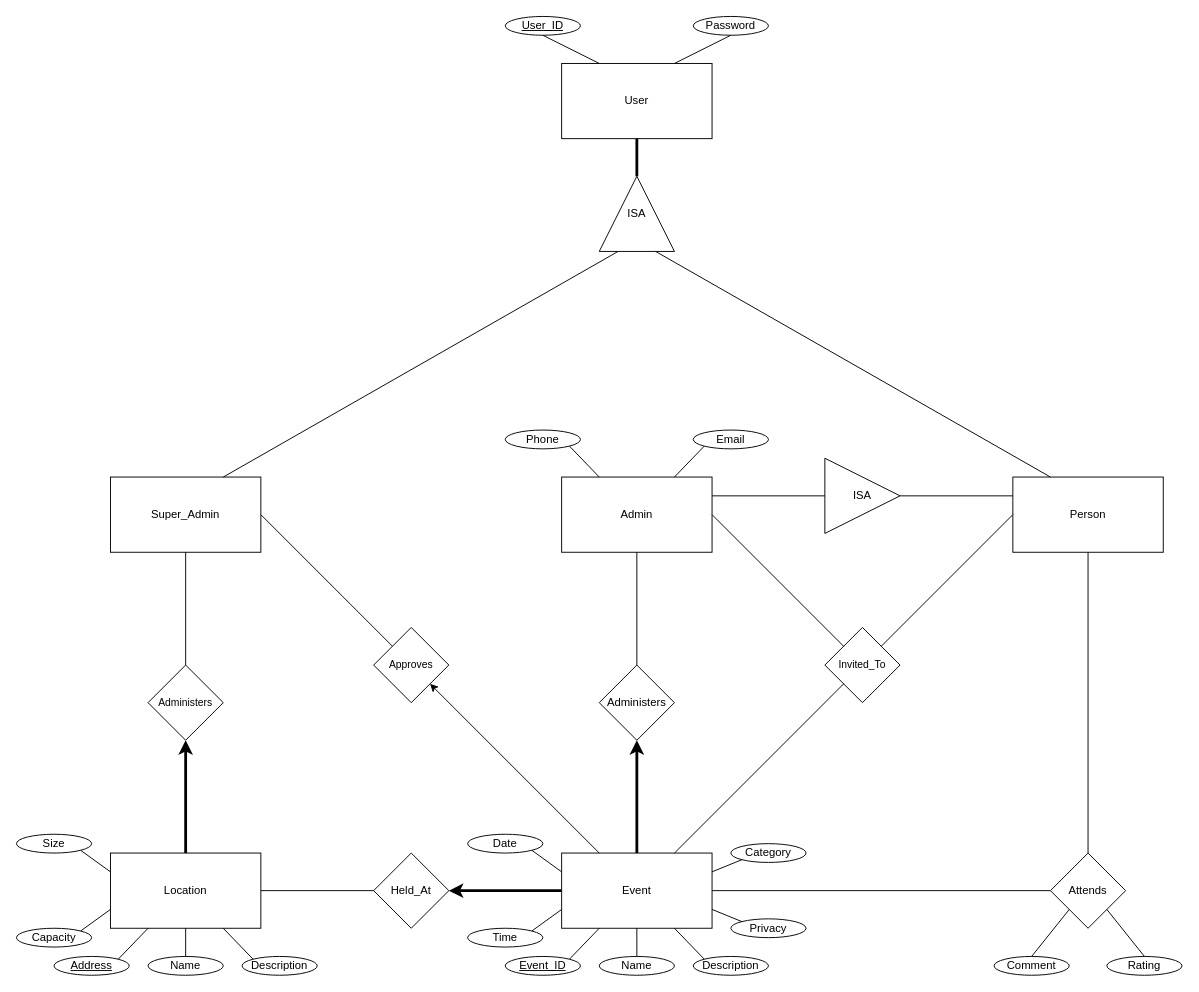
Earlier version of the draw.io diagram database_structure/GroupProject_ERD.drawio (COP4710-2020-Group4/GroupProject). Source tidied: cells renumbered, new cells numbered last; positions are measured from the earlier drawing's top-left corner, leaving out a move shared by most shapes. Both pictures are drawn from the tidied source at 94%, with x=0, y=0 at pixel (16, 16).
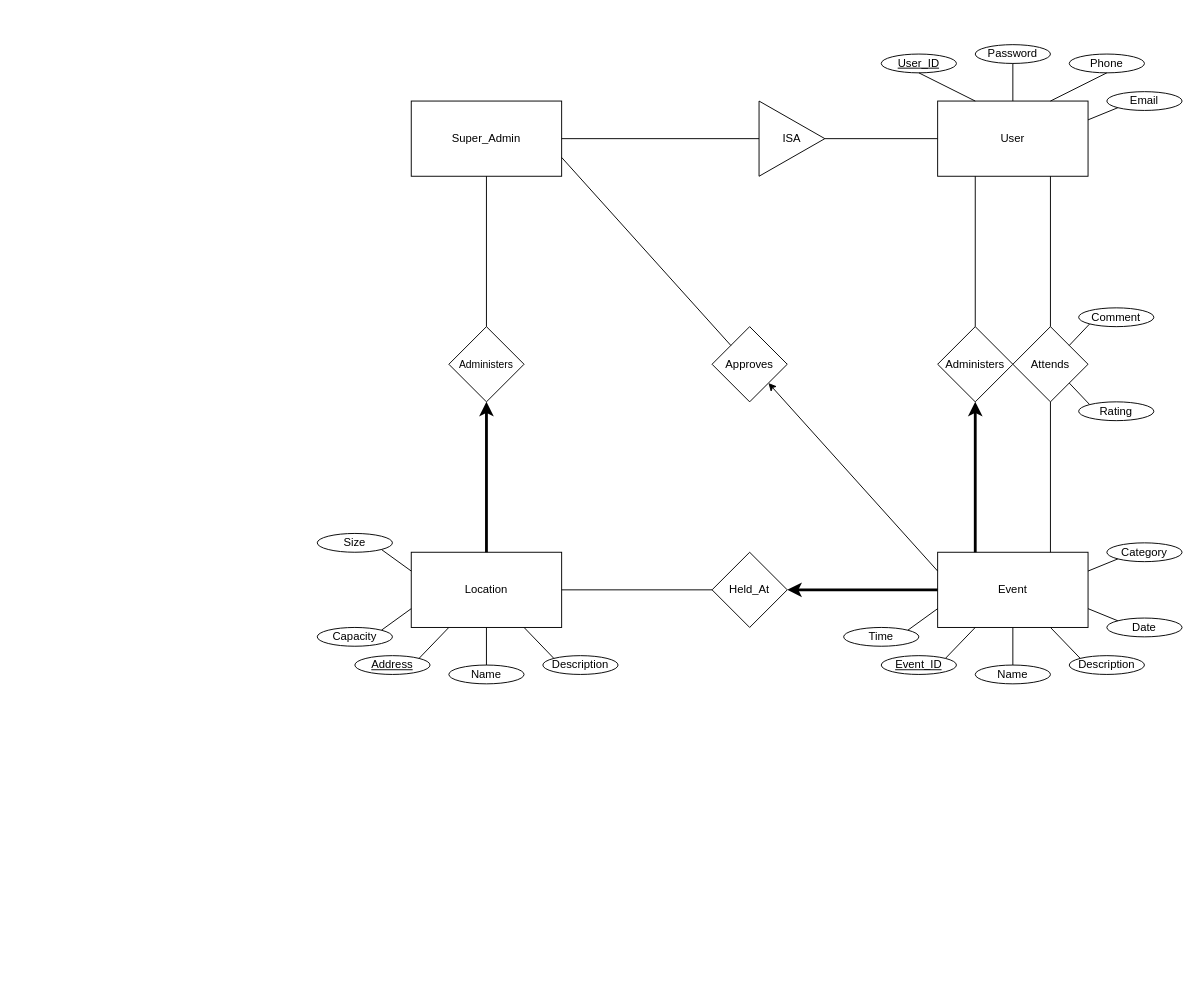
After the change.

Diff of the diagram source:
```diff
@@
     <mxCell id="2" value="Event" style="rounded=0;whiteSpace=wrap;html=1;" parent="1" vertex="1">
-      <mxGeometry x="580" y="890" width="160" height="80" as="geometry" />
+      <mxGeometry x="980" y="570" width="160" height="80" as="geometry" />
     </mxCell>
     <mxCell id="3" value="Location" style="rounded=0;whiteSpace=wrap;html=1;" parent="1" vertex="1">
-      <mxGeometry x="100" y="890" width="160" height="80" as="geometry" />
+      <mxGeometry x="420" y="570" width="160" height="80" as="geometry" />
     </mxCell>
-    <mxCell id="4" value="Admin" style="rounded=0;whiteSpace=wrap;html=1;" parent="1" vertex="1">
-      <mxGeometry x="580" y="490" width="160" height="80" as="geometry" />
-    </mxCell>
     <mxCell id="5" value="Super_Admin" style="rounded=0;whiteSpace=wrap;html=1;" parent="1" vertex="1">
-      <mxGeometry x="100" y="490" width="160" height="80" as="geometry" />
+      <mxGeometry x="420" y="90" width="160" height="80" as="geometry" />
     </mxCell>
-    <mxCell id="6" value="Person" style="rounded=0;whiteSpace=wrap;html=1;" parent="1" vertex="1">
-      <mxGeometry x="1060" y="490" width="160" height="80" as="geometry" />
-    </mxCell>
     <mxCell id="7" value="Held_At" style="rhombus;whiteSpace=wrap;html=1;" parent="1" vertex="1">
-      <mxGeometry x="380" y="890" width="80" height="80" as="geometry" />
+      <mxGeometry x="740" y="570" width="80" height="80" as="geometry" />
     </mxCell>
     <mxCell id="8" value="Administers" style="rhombus;whiteSpace=wrap;html=1;" parent="1" vertex="1">
-      <mxGeometry x="620" y="690" width="80" height="80" as="geometry" />
+      <mxGeometry x="980" y="330" width="80" height="80" as="geometry" />
     </mxCell>
     <mxCell id="9" value="Attends" style="rhombus;whiteSpace=wrap;html=1;" parent="1" vertex="1">
-      <mxGeometry x="1100" y="890" width="80" height="80" as="geometry" />
+      <mxGeometry x="1060" y="330" width="80" height="80" as="geometry" />
     </mxCell>
     <mxCell id="10" value="User" style="rounded=0;whiteSpace=wrap;html=1;" parent="1" vertex="1">
-      <mxGeometry x="580" y="50" width="160" height="80" as="geometry" />
+      <mxGeometry x="980" y="90" width="160" height="80" as="geometry" />
     </mxCell>
-    <mxCell id="11" value="ISA" style="triangle;whiteSpace=wrap;html=1;direction=north;" parent="1" vertex="1">
-      <mxGeometry x="620" y="170" width="80" height="80" as="geometry" />
-    </mxCell>
-    <mxCell id="12" style="endArrow=none;html=1;strokeWidth=3;entryX=0.5;entryY=1;entryDx=0;entryDy=0;exitX=1;exitY=0.5;exitDx=0;exitDy=0;" parent="1" edge="1" source="11" target="10">
-      <mxGeometry relative="1" as="geometry" />
-    </mxCell>
-    <mxCell id="13" style="endArrow=none;html=1;strokeWidth=1;entryX=0;entryY=0.25;entryDx=0;entryDy=0;exitX=0.75;exitY=0;exitDx=0;exitDy=0;" parent="1" edge="1" source="5" target="11">
-      <mxGeometry relative="1" as="geometry" />
-    </mxCell>
-    <mxCell id="14" style="endArrow=none;html=1;strokeWidth=1;entryX=0;entryY=0.75;entryDx=0;entryDy=0;exitX=0.25;exitY=0;exitDx=0;exitDy=0;" parent="1" edge="1" source="6" target="11">
-      <mxGeometry relative="1" as="geometry" />
-    </mxCell>
-    <mxCell id="15" style="endArrow=none;html=1;strokeWidth=1;entryX=0.5;entryY=0;entryDx=0;entryDy=0;exitX=0.5;exitY=1;exitDx=0;exitDy=0;startArrow=none;startFill=0;" parent="1" edge="1" source="4" target="8">
-      <mxGeometry relative="1" as="geometry" />
-    </mxCell>
-    <mxCell id="16" style="endArrow=classic;html=1;strokeWidth=3;entryX=0.5;entryY=1;entryDx=0;entryDy=0;exitX=0.5;exitY=0;exitDx=0;exitDy=0;endFill=1;startArrow=none;startFill=0;" parent="1" edge="1" source="2" target="8">
-      <mxGeometry relative="1" as="geometry" />
-    </mxCell>
-    <mxCell id="17" style="endArrow=none;html=1;strokeWidth=1;entryX=0.5;entryY=1;entryDx=0;entryDy=0;exitX=0.5;exitY=0;exitDx=0;exitDy=0;" parent="1" edge="1" source="9" target="6">
-      <mxGeometry relative="1" as="geometry" />
-    </mxCell>
-    <mxCell id="18" style="endArrow=none;html=1;strokeWidth=1;entryX=0;entryY=0.5;entryDx=0;entryDy=0;exitX=1;exitY=0.5;exitDx=0;exitDy=0;" parent="1" edge="1" source="2" target="9">
-      <mxGeometry relative="1" as="geometry" />
-    </mxCell>
@@
     <mxCell id="21" value="User_ID" style="ellipse;whiteSpace=wrap;html=1;fontStyle=4;" parent="1" vertex="1">
-      <mxGeometry x="520" width="80" height="20" as="geometry" />
+      <mxGeometry x="920" y="40" width="80" height="20" as="geometry" />
     </mxCell>
@@
     <mxCell id="23" value="Password" style="ellipse;whiteSpace=wrap;html=1;fontStyle=0;" parent="1" vertex="1">
-      <mxGeometry x="720" width="80" height="20" as="geometry" />
+      <mxGeometry x="1020" y="30" width="80" height="20" as="geometry" />
     </mxCell>
-    <mxCell id="24" style="endArrow=none;html=1;strokeWidth=1;fontSize=11;entryX=0.5;entryY=1;entryDx=0;entryDy=0;exitX=0.75;exitY=0;exitDx=0;exitDy=0;" parent="1" edge="1" source="10" target="23">
+    <mxCell id="24" style="endArrow=none;html=1;strokeWidth=1;fontSize=11;entryX=0.5;entryY=1;entryDx=0;entryDy=0;exitX=0.5;exitY=0;exitDx=0;exitDy=0;" parent="1" edge="1" source="10" target="23">
       <mxGeometry relative="1" as="geometry" />
     </mxCell>
     <mxCell id="25" value="Administers" style="rhombus;whiteSpace=wrap;html=1;fontSize=11;" parent="1" vertex="1">
-      <mxGeometry x="140" y="690" width="80" height="80" as="geometry" />
+      <mxGeometry x="460" y="330" width="80" height="80" as="geometry" />
     </mxCell>
@@
     <mxCell id="28" value="Rating" style="ellipse;whiteSpace=wrap;html=1;fontStyle=0;" parent="1" vertex="1">
-      <mxGeometry x="1160" y="1000" width="80" height="20" as="geometry" />
+      <mxGeometry x="1130" y="410" width="80" height="20" as="geometry" />
     </mxCell>
     <mxCell id="29" value="Comment" style="ellipse;whiteSpace=wrap;html=1;fontStyle=0;" parent="1" vertex="1">
-      <mxGeometry x="1040" y="1000" width="80" height="20" as="geometry" />
+      <mxGeometry x="1130" y="310" width="80" height="20" as="geometry" />
     </mxCell>
-    <mxCell id="30" style="endArrow=none;html=1;strokeWidth=1;fontSize=11;entryX=0.5;entryY=0;entryDx=0;entryDy=0;exitX=0;exitY=1;exitDx=0;exitDy=0;" parent="1" edge="1" source="9" target="29">
-      <mxGeometry relative="1" as="geometry" />
-    </mxCell>
-    <mxCell id="31" style="endArrow=none;html=1;strokeWidth=1;fontSize=11;entryX=1;entryY=1;entryDx=0;entryDy=0;exitX=0.5;exitY=0;exitDx=0;exitDy=0;" parent="1" edge="1" source="28" target="9">
-      <mxGeometry relative="1" as="geometry" />
-    </mxCell>
     <mxCell id="32" value="Event_ID" style="ellipse;whiteSpace=wrap;html=1;fontStyle=4;" parent="1" vertex="1">
-      <mxGeometry x="520" y="1000" width="80" height="20" as="geometry" />
+      <mxGeometry x="920" y="680" width="80" height="20" as="geometry" />
     </mxCell>
@@
     <mxCell id="34" value="Name" style="ellipse;whiteSpace=wrap;html=1;fontStyle=0;" parent="1" vertex="1">
-      <mxGeometry x="620" y="1000" width="80" height="20" as="geometry" />
+      <mxGeometry x="1020" y="690" width="80" height="20" as="geometry" />
     </mxCell>
@@
     <mxCell id="36" value="Phone" style="ellipse;whiteSpace=wrap;html=1;fontStyle=0;" parent="1" vertex="1">
-      <mxGeometry x="520" y="440" width="80" height="20" as="geometry" />
+      <mxGeometry x="1120" y="40" width="80" height="20" as="geometry" />
     </mxCell>
-    <mxCell id="37" style="endArrow=none;html=1;strokeWidth=1;fontSize=11;entryX=1;entryY=1;entryDx=0;entryDy=0;exitX=0.25;exitY=0;exitDx=0;exitDy=0;" parent="1" edge="1" source="4" target="36">
-      <mxGeometry relative="1" as="geometry" />
-    </mxCell>
     <mxCell id="38" value="Email" style="ellipse;whiteSpace=wrap;html=1;fontStyle=0;" parent="1" vertex="1">
-      <mxGeometry x="720" y="440" width="80" height="20" as="geometry" />
+      <mxGeometry x="1160" y="80" width="80" height="20" as="geometry" />
     </mxCell>
-    <mxCell id="39" style="endArrow=none;html=1;strokeWidth=1;fontSize=11;entryX=0;entryY=1;entryDx=0;entryDy=0;exitX=0.75;exitY=0;exitDx=0;exitDy=0;" parent="1" edge="1" source="4" target="38">
-      <mxGeometry relative="1" as="geometry" />
-    </mxCell>
     <mxCell id="40" value="Description" style="ellipse;whiteSpace=wrap;html=1;fontStyle=0;" parent="1" vertex="1">
-      <mxGeometry x="720" y="1000" width="80" height="20" as="geometry" />
+      <mxGeometry x="1120" y="680" width="80" height="20" as="geometry" />
     </mxCell>
@@
     <mxCell id="42" value="Time" style="ellipse;whiteSpace=wrap;html=1;fontStyle=0;" parent="1" vertex="1">
-      <mxGeometry x="480" y="970" width="80" height="20" as="geometry" />
+      <mxGeometry x="880" y="650" width="80" height="20" as="geometry" />
     </mxCell>
@@
     <mxCell id="44" value="Date" style="ellipse;whiteSpace=wrap;html=1;fontStyle=0;" parent="1" vertex="1">
-      <mxGeometry x="480" y="870" width="80" height="20" as="geometry" />
+      <mxGeometry x="1160" y="640" width="80" height="20" as="geometry" />
     </mxCell>
-    <mxCell id="45" style="endArrow=none;html=1;strokeWidth=1;fontSize=11;entryX=1;entryY=1;entryDx=0;entryDy=0;exitX=0;exitY=0.25;exitDx=0;exitDy=0;" parent="1" edge="1" source="2" target="44">
-      <mxGeometry relative="1" as="geometry" />
-    </mxCell>
     <mxCell id="46" value="Category" style="ellipse;whiteSpace=wrap;html=1;fontStyle=0;" parent="1" vertex="1">
-      <mxGeometry x="760" y="880" width="80" height="20" as="geometry" />
+      <mxGeometry x="1160" y="560" width="80" height="20" as="geometry" />
     </mxCell>
@@
-    <mxCell id="48" value="Privacy" style="ellipse;whiteSpace=wrap;html=1;fontStyle=0;" parent="1" vertex="1">
-      <mxGeometry x="760" y="960" width="80" height="20" as="geometry" />
-    </mxCell>
-    <mxCell id="49" style="endArrow=none;html=1;strokeWidth=1;fontSize=11;entryX=0;entryY=0;entryDx=0;entryDy=0;exitX=1;exitY=0.75;exitDx=0;exitDy=0;" parent="1" edge="1" source="2" target="48">
-      <mxGeometry relative="1" as="geometry" />
-    </mxCell>
-    <mxCell id="50" value="Approves" style="rhombus;whiteSpace=wrap;html=1;fontSize=11;" parent="1" vertex="1">
-      <mxGeometry x="380" y="650" width="80" height="80" as="geometry" />
-    </mxCell>
-    <mxCell id="51" style="endArrow=none;html=1;strokeWidth=1;fontSize=11;entryX=1;entryY=0.5;entryDx=0;entryDy=0;exitX=0;exitY=0;exitDx=0;exitDy=0;" parent="1" edge="1" source="50" target="5">
-      <mxGeometry relative="1" as="geometry" />
-    </mxCell>
-    <mxCell id="52" style="endArrow=classic;html=1;strokeWidth=1;fontSize=11;entryX=1;entryY=1;entryDx=0;entryDy=0;exitX=0.25;exitY=0;exitDx=0;exitDy=0;startArrow=none;startFill=0;endFill=1;" parent="1" edge="1" source="2" target="50">
-      <mxGeometry relative="1" as="geometry" />
-    </mxCell>
-    <mxCell id="53" value="Invited_To" style="rhombus;whiteSpace=wrap;html=1;fontSize=11;" parent="1" vertex="1">
-      <mxGeometry x="860" y="650" width="80" height="80" as="geometry" />
-    </mxCell>
-    <mxCell id="54" style="endArrow=none;html=1;strokeWidth=1;fontSize=11;entryX=1;entryY=0.5;entryDx=0;entryDy=0;exitX=0;exitY=0;exitDx=0;exitDy=0;" parent="1" edge="1" source="53" target="4">
-      <mxGeometry relative="1" as="geometry" />
-    </mxCell>
-    <mxCell id="55" style="endArrow=none;html=1;strokeWidth=1;fontSize=11;entryX=0;entryY=0.5;entryDx=0;entryDy=0;exitX=1;exitY=0;exitDx=0;exitDy=0;" parent="1" edge="1" source="53" target="6">
-      <mxGeometry relative="1" as="geometry" />
-    </mxCell>
-    <mxCell id="56" style="endArrow=none;html=1;strokeWidth=1;fontSize=11;entryX=0;entryY=1;entryDx=0;entryDy=0;exitX=0.75;exitY=0;exitDx=0;exitDy=0;" parent="1" edge="1" source="2" target="53">
-      <mxGeometry relative="1" as="geometry" />
-    </mxCell>
     <mxCell id="57" value="Name" style="ellipse;whiteSpace=wrap;html=1;fontStyle=0;" parent="1" vertex="1">
-      <mxGeometry x="140" y="1000" width="80" height="20" as="geometry" />
+      <mxGeometry x="460" y="690" width="80" height="20" as="geometry" />
     </mxCell>
@@
     <mxCell id="59" value="Address" style="ellipse;whiteSpace=wrap;html=1;fontStyle=4;" parent="1" vertex="1">
-      <mxGeometry x="40" y="1000" width="80" height="20" as="geometry" />
+      <mxGeometry x="360" y="680" width="80" height="20" as="geometry" />
     </mxCell>
@@
     <mxCell id="61" value="Description" style="ellipse;whiteSpace=wrap;html=1;fontStyle=0;" parent="1" vertex="1">
-      <mxGeometry x="240" y="1000" width="80" height="20" as="geometry" />
+      <mxGeometry x="560" y="680" width="80" height="20" as="geometry" />
     </mxCell>
@@
     <mxCell id="63" value="Capacity" style="ellipse;whiteSpace=wrap;html=1;fontStyle=0;" parent="1" vertex="1">
-      <mxGeometry y="970" width="80" height="20" as="geometry" />
+      <mxGeometry x="320" y="650" width="80" height="20" as="geometry" />
     </mxCell>
@@
     <mxCell id="65" value="Size" style="ellipse;whiteSpace=wrap;html=1;fontStyle=0;" parent="1" vertex="1">
-      <mxGeometry y="870" width="80" height="20" as="geometry" />
+      <mxGeometry x="320" y="550" width="80" height="20" as="geometry" />
     </mxCell>
@@
+    <mxCell id="70" style="endArrow=none;html=1;strokeWidth=1;entryX=0.5;entryY=1;entryDx=0;entryDy=0;exitX=0.75;exitY=0;exitDx=0;exitDy=0;" parent="1" edge="1" source="10" target="36">
+      <mxGeometry relative="1" as="geometry" />
+    </mxCell>
+    <mxCell id="71" style="endArrow=none;html=1;strokeWidth=1;entryX=0;entryY=1;entryDx=0;entryDy=0;exitX=1;exitY=0.25;exitDx=0;exitDy=0;" parent="1" edge="1" source="10" target="38">
+      <mxGeometry relative="1" as="geometry" />
+    </mxCell>
+    <mxCell id="72" style="endArrow=none;html=1;strokeWidth=1;entryX=0.25;entryY=1;entryDx=0;entryDy=0;exitX=0.5;exitY=0;exitDx=0;exitDy=0;" parent="1" edge="1" source="8" target="10">
+      <mxGeometry relative="1" as="geometry" />
+    </mxCell>
+    <mxCell id="16" style="endArrow=classic;html=1;strokeWidth=3;entryX=0.5;entryY=1;entryDx=0;entryDy=0;exitX=0.25;exitY=0;exitDx=0;exitDy=0;endSize=6;" parent="1" edge="1" source="2" target="8">
+      <mxGeometry relative="1" as="geometry" />
+    </mxCell>
+    <mxCell id="73" style="endArrow=none;html=1;strokeWidth=1;entryX=0.75;entryY=1;entryDx=0;entryDy=0;exitX=0.5;exitY=0;exitDx=0;exitDy=0;" parent="1" edge="1" source="9" target="10">
+      <mxGeometry relative="1" as="geometry" />
+    </mxCell>
+    <mxCell id="74" style="endArrow=none;html=1;strokeWidth=1;entryX=0.75;entryY=0;entryDx=0;entryDy=0;" parent="1" edge="1" source="9" target="2">
+      <mxGeometry relative="1" as="geometry" />
+    </mxCell>
+    <mxCell id="30" style="endArrow=none;html=1;strokeWidth=1;entryX=0;entryY=1;entryDx=0;entryDy=0;exitX=1;exitY=0;exitDx=0;exitDy=0;" parent="1" edge="1" source="9" target="29">
+      <mxGeometry relative="1" as="geometry" />
+    </mxCell>
+    <mxCell id="31" style="endArrow=none;html=1;strokeWidth=1;entryX=1;entryY=1;entryDx=0;entryDy=0;exitX=0;exitY=0;exitDx=0;exitDy=0;" parent="1" edge="1" source="28" target="9">
+      <mxGeometry relative="1" as="geometry" />
+    </mxCell>
+    <mxCell id="45" style="endArrow=none;html=1;strokeWidth=1;entryX=0;entryY=0;entryDx=0;entryDy=0;exitX=1;exitY=0.75;exitDx=0;exitDy=0;" parent="1" edge="1" source="2" target="44">
+      <mxGeometry relative="1" as="geometry" />
+    </mxCell>
     <mxCell id="67" value="ISA" style="triangle;whiteSpace=wrap;html=1;" parent="1" vertex="1">
-      <mxGeometry x="860" y="470" width="80" height="80" as="geometry" />
+      <mxGeometry x="790" y="90" width="70" height="80" as="geometry" />
     </mxCell>
-    <mxCell id="68" style="endArrow=none;html=1;strokeWidth=1;entryX=0;entryY=0.5;entryDx=0;entryDy=0;exitX=1;exitY=0.5;exitDx=0;exitDy=0;" parent="1" edge="1" source="67">
-      <mxGeometry relative="1" as="geometry">
-        <mxPoint x="1060" y="510" as="targetPoint" />
-      </mxGeometry>
-    </mxCell>
-    <mxCell id="69" style="endArrow=none;html=1;strokeWidth=1;entryX=0;entryY=0.5;entryDx=0;entryDy=0;exitX=1;exitY=0.5;exitDx=0;exitDy=0;" parent="1" edge="1" target="67">
-      <mxGeometry relative="1" as="geometry">
-        <mxPoint x="740" y="510" as="sourcePoint" />
-      </mxGeometry>
-    </mxCell>
+    <mxCell id="75" style="endArrow=none;html=1;strokeWidth=1;entryX=0;entryY=0.5;entryDx=0;entryDy=0;exitX=1;exitY=0.5;exitDx=0;exitDy=0;" parent="1" edge="1" source="67" target="10">
+      <mxGeometry relative="1" as="geometry" />
+    </mxCell>
+    <mxCell id="76" style="endArrow=none;html=1;strokeWidth=1;entryX=0;entryY=0.5;entryDx=0;entryDy=0;exitX=1;exitY=0.5;exitDx=0;exitDy=0;" parent="1" edge="1" source="5" target="67">
+      <mxGeometry relative="1" as="geometry" />
+    </mxCell>
+    <mxCell id="50" value="Approves" style="rhombus;whiteSpace=wrap;html=1;" parent="1" vertex="1">
+      <mxGeometry x="740" y="330" width="80" height="80" as="geometry" />
+    </mxCell>
+    <mxCell id="77" style="endArrow=none;html=1;strokeWidth=1;entryX=0;entryY=0.25;entryDx=0;entryDy=0;exitX=1;exitY=1;exitDx=0;exitDy=0;endFill=0;startArrow=classic;startFill=1;" parent="1" edge="1" source="50" target="2">
+      <mxGeometry relative="1" as="geometry" />
+    </mxCell>
+    <mxCell id="51" style="endArrow=none;html=1;strokeWidth=1;entryX=1;entryY=0.75;entryDx=0;entryDy=0;exitX=0;exitY=0;exitDx=0;exitDy=0;" parent="1" edge="1" source="50" target="5">
+      <mxGeometry relative="1" as="geometry" />
+    </mxCell>
```
